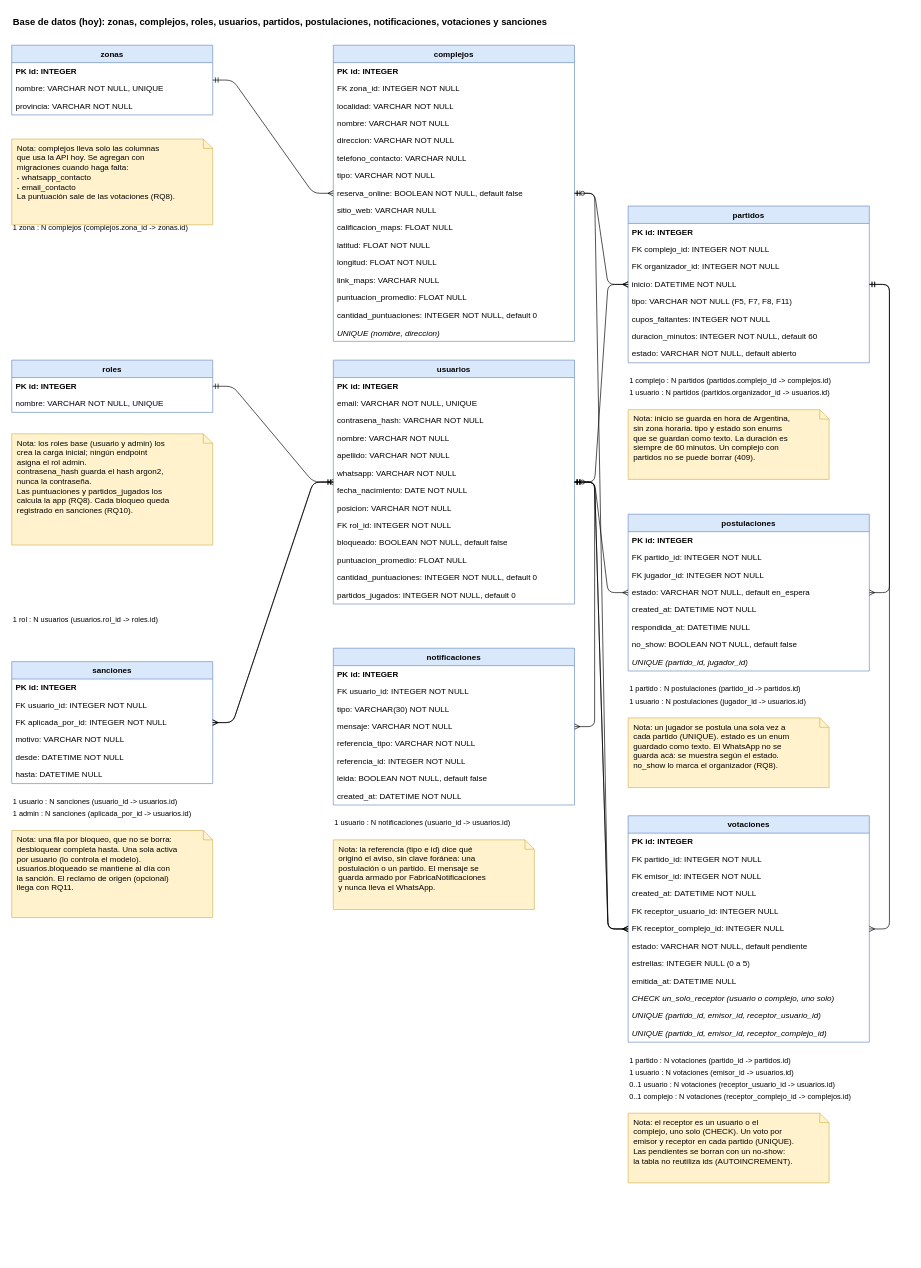
Before: docs/diagramas/base-de-datos.drawio in nvranco/fulvo, a draw.io diagram. Source tidied: cells renumbered, new cells numbered last; positions are measured from the earlier drawing's top-left corner, leaving out a move shared by most shapes. Both pictures are drawn from the tidied source at 67%, with x=0, y=0 at pixel (11, 11).
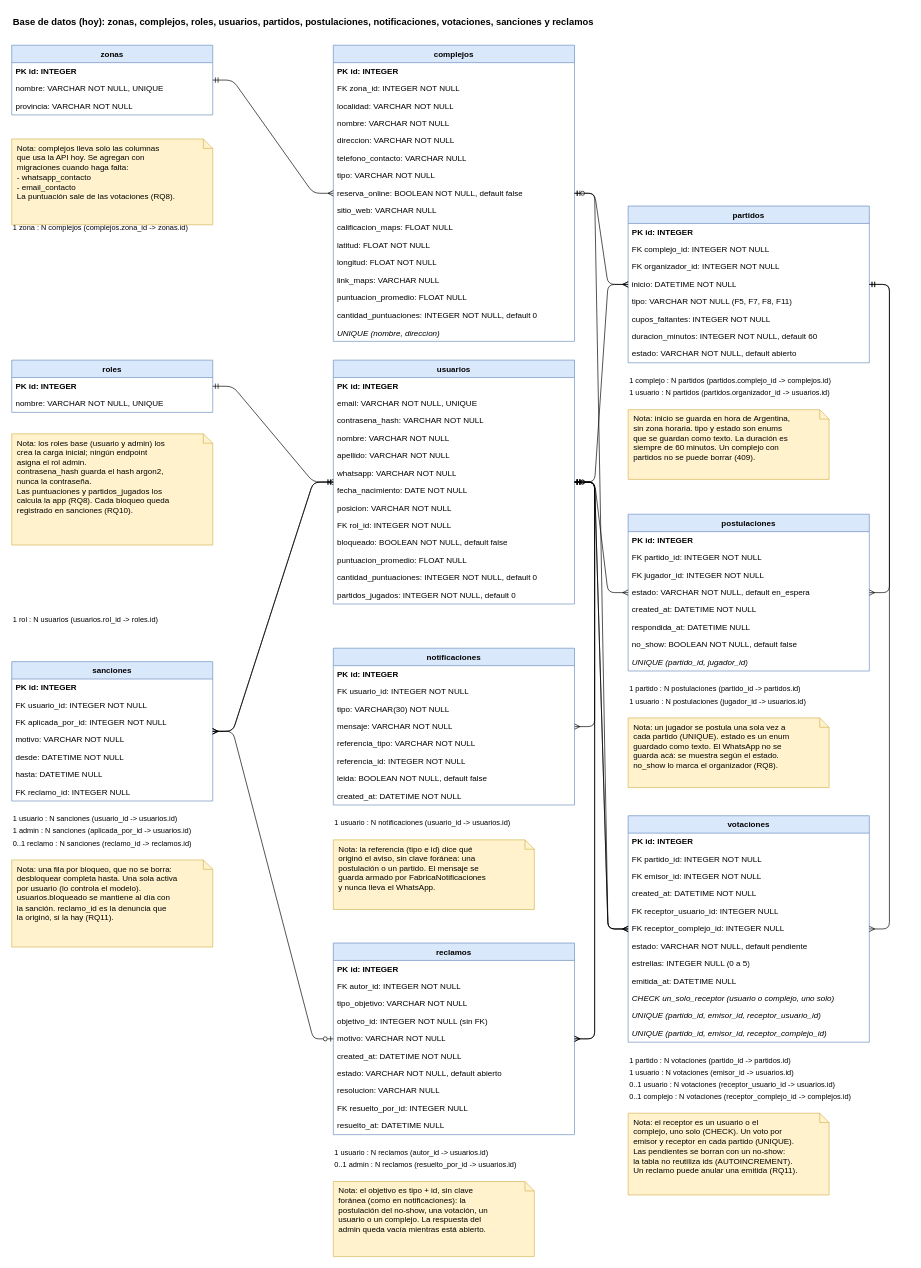
The same page after the edit.

Commit message (it also covers changes not shown here):
docs: documento los reclamos y las anulaciones

Unchanged cells that the change refers to:
```xml
<mxCell id="30" value="usuarios" style="swimlane;fontStyle=1;align=center;verticalAlign=top;horizontal=1;startSize=26;fillColor=#dae8fc;strokeColor=#6c8ebf;" parent="1" vertex="1">
  <mxGeometry x="480" y="520" width="360" height="364" as="geometry" />
</mxCell>
```

Diff of the diagram source:
```diff
@@
-    <mxCell id="24" value="Base de datos (hoy): zonas, complejos, roles, usuarios, partidos, postulaciones, notificaciones, votaciones y sanciones" style="text;html=1;align=left;fontStyle=1;fontSize=14;" parent="1" vertex="1">
-      <mxGeometry width="860" height="24" as="geometry" />
+    <mxCell id="24" value="Base de datos (hoy): zonas, complejos, roles, usuarios, partidos, postulaciones, notificaciones, votaciones, sanciones y reclamos" style="text;html=1;align=left;fontStyle=1;fontSize=14;" parent="1" vertex="1">
+      <mxGeometry width="960" height="24" as="geometry" />
     </mxCell>
@@
-    <mxCell id="108" value="Nota: el receptor es un usuario o el&#10;complejo, uno solo (CHECK). Un voto por&#10;emisor y receptor en cada partido (UNIQUE).&#10;Las pendientes se borran con un no-show:&#10;la tabla no reutiliza ids (AUTOINCREMENT)." style="shape=note;whiteSpace=wrap;html=1;align=left;verticalAlign=top;spacingLeft=6;fillColor=#fff2cc;strokeColor=#d6b656;size=14;" parent="1" vertex="1">
-      <mxGeometry x="920" y="1644" width="300" height="104" as="geometry" />
+    <mxCell id="108" value="Nota: el receptor es un usuario o el&#10;complejo, uno solo (CHECK). Un voto por&#10;emisor y receptor en cada partido (UNIQUE).&#10;Las pendientes se borran con un no-show:&#10;la tabla no reutiliza ids (AUTOINCREMENT).&#10;Un reclamo puede anular una emitida (RQ11)." style="shape=note;whiteSpace=wrap;html=1;align=left;verticalAlign=top;spacingLeft=6;fillColor=#fff2cc;strokeColor=#d6b656;size=14;" parent="1" vertex="1">
+      <mxGeometry x="920" y="1644" width="300" height="122" as="geometry" />
     </mxCell>
     <mxCell id="109" value="sanciones" style="swimlane;fontStyle=1;align=center;verticalAlign=top;horizontal=1;startSize=26;fillColor=#dae8fc;strokeColor=#6c8ebf;" parent="1" vertex="1">
-      <mxGeometry y="970" width="300" height="182" as="geometry" />
+      <mxGeometry y="970" width="300" height="208" as="geometry" />
     </mxCell>
@@
+    <mxCell id="121" value="FK  reclamo_id: INTEGER  NULL" style="text;strokeColor=none;fillColor=none;align=left;verticalAlign=middle;spacingLeft=4;spacingRight=4;overflow=hidden;whiteSpace=wrap;" parent="109" vertex="1">
+      <mxGeometry y="182" width="300" height="26" as="geometry" />
+    </mxCell>
@@
     <mxCell id="118" value="1 usuario : N sanciones (usuario_id -&gt; usuarios.id)" style="text;html=1;align=left;fontSize=11;" parent="1" vertex="1">
-      <mxGeometry y="1166" width="420" height="20" as="geometry" />
+      <mxGeometry y="1192" width="420" height="20" as="geometry" />
     </mxCell>
     <mxCell id="119" value="1 admin : N sanciones (aplicada_por_id -&gt; usuarios.id)" style="text;html=1;align=left;fontSize=11;" parent="1" vertex="1">
-      <mxGeometry y="1184" width="420" height="20" as="geometry" />
+      <mxGeometry y="1210" width="420" height="20" as="geometry" />
     </mxCell>
-    <mxCell id="120" value="Nota: una fila por bloqueo, que no se borra:&#10;desbloquear completa hasta. Una sola activa&#10;por usuario (lo controla el modelo).&#10;usuarios.bloqueado se mantiene al día con&#10;la sanción. El reclamo de origen (opcional)&#10;llega con RQ11." style="shape=note;whiteSpace=wrap;html=1;align=left;verticalAlign=top;spacingLeft=6;fillColor=#fff2cc;strokeColor=#d6b656;size=14;" parent="1" vertex="1">
-      <mxGeometry y="1222" width="300" height="130" as="geometry" />
+    <mxCell id="120" value="Nota: una fila por bloqueo, que no se borra:&#10;desbloquear completa hasta. Una sola activa&#10;por usuario (lo controla el modelo).&#10;usuarios.bloqueado se mantiene al día con&#10;la sanción. reclamo_id es la denuncia que&#10;la originó, si la hay (RQ11)." style="shape=note;whiteSpace=wrap;html=1;align=left;verticalAlign=top;spacingLeft=6;fillColor=#fff2cc;strokeColor=#d6b656;size=14;" parent="1" vertex="1">
+      <mxGeometry y="1266" width="300" height="130" as="geometry" />
     </mxCell>
+    <mxCell id="122" value="reclamos" style="swimlane;fontStyle=1;align=center;verticalAlign=top;horizontal=1;startSize=26;fillColor=#dae8fc;strokeColor=#6c8ebf;" parent="1" vertex="1">
+      <mxGeometry x="480" y="1390" width="360" height="286" as="geometry" />
+    </mxCell>
+    <mxCell id="123" value="PK  id: INTEGER" style="text;strokeColor=none;fillColor=none;align=left;verticalAlign=middle;spacingLeft=4;spacingRight=4;overflow=hidden;whiteSpace=wrap;fontStyle=1;" parent="122" vertex="1">
+      <mxGeometry y="26" width="360" height="26" as="geometry" />
+    </mxCell>
+    <mxCell id="124" value="FK  autor_id: INTEGER  NOT NULL" style="text;strokeColor=none;fillColor=none;align=left;verticalAlign=middle;spacingLeft=4;spacingRight=4;overflow=hidden;whiteSpace=wrap;" parent="122" vertex="1">
+      <mxGeometry y="52" width="360" height="26" as="geometry" />
+    </mxCell>
+    <mxCell id="125" value="tipo_objetivo: VARCHAR  NOT NULL" style="text;strokeColor=none;fillColor=none;align=left;verticalAlign=middle;spacingLeft=4;spacingRight=4;overflow=hidden;whiteSpace=wrap;" parent="122" vertex="1">
+      <mxGeometry y="78" width="360" height="26" as="geometry" />
+    </mxCell>
+    <mxCell id="126" value="objetivo_id: INTEGER  NOT NULL (sin FK)" style="text;strokeColor=none;fillColor=none;align=left;verticalAlign=middle;spacingLeft=4;spacingRight=4;overflow=hidden;whiteSpace=wrap;" parent="122" vertex="1">
+      <mxGeometry y="104" width="360" height="26" as="geometry" />
+    </mxCell>
+    <mxCell id="127" value="motivo: VARCHAR  NOT NULL" style="text;strokeColor=none;fillColor=none;align=left;verticalAlign=middle;spacingLeft=4;spacingRight=4;overflow=hidden;whiteSpace=wrap;" parent="122" vertex="1">
+      <mxGeometry y="130" width="360" height="26" as="geometry" />
+    </mxCell>
+    <mxCell id="128" value="created_at: DATETIME  NOT NULL" style="text;strokeColor=none;fillColor=none;align=left;verticalAlign=middle;spacingLeft=4;spacingRight=4;overflow=hidden;whiteSpace=wrap;" parent="122" vertex="1">
+      <mxGeometry y="156" width="360" height="26" as="geometry" />
+    </mxCell>
+    <mxCell id="129" value="estado: VARCHAR  NOT NULL, default abierto" style="text;strokeColor=none;fillColor=none;align=left;verticalAlign=middle;spacingLeft=4;spacingRight=4;overflow=hidden;whiteSpace=wrap;" parent="122" vertex="1">
+      <mxGeometry y="182" width="360" height="26" as="geometry" />
+    </mxCell>
+    <mxCell id="130" value="resolucion: VARCHAR  NULL" style="text;strokeColor=none;fillColor=none;align=left;verticalAlign=middle;spacingLeft=4;spacingRight=4;overflow=hidden;whiteSpace=wrap;" parent="122" vertex="1">
+      <mxGeometry y="208" width="360" height="26" as="geometry" />
+    </mxCell>
+    <mxCell id="131" value="FK  resuelto_por_id: INTEGER  NULL" style="text;strokeColor=none;fillColor=none;align=left;verticalAlign=middle;spacingLeft=4;spacingRight=4;overflow=hidden;whiteSpace=wrap;" parent="122" vertex="1">
+      <mxGeometry y="234" width="360" height="26" as="geometry" />
+    </mxCell>
+    <mxCell id="132" value="resuelto_at: DATETIME  NULL" style="text;strokeColor=none;fillColor=none;align=left;verticalAlign=middle;spacingLeft=4;spacingRight=4;overflow=hidden;whiteSpace=wrap;" parent="122" vertex="1">
+      <mxGeometry y="260" width="360" height="26" as="geometry" />
+    </mxCell>
+    <mxCell id="133" style="edgeStyle=entityRelationEdgeStyle;endArrow=ERmany;startArrow=ERmandOne;endFill=0;startFill=0;" parent="1" edge="1" source="30" target="122">
+      <mxGeometry relative="1" as="geometry" />
+    </mxCell>
+    <mxCell id="134" style="edgeStyle=entityRelationEdgeStyle;endArrow=ERmany;startArrow=ERzeroToOne;endFill=0;startFill=0;" parent="1" edge="1" source="30" target="122">
+      <mxGeometry relative="1" as="geometry" />
+    </mxCell>
+    <mxCell id="135" style="edgeStyle=entityRelationEdgeStyle;endArrow=ERmany;startArrow=ERzeroToOne;endFill=0;startFill=0;" parent="1" edge="1" source="122" target="109">
+      <mxGeometry relative="1" as="geometry" />
+    </mxCell>
+    <mxCell id="136" value="1 usuario : N reclamos (autor_id -&gt; usuarios.id)" style="text;html=1;align=left;fontSize=11;" parent="1" vertex="1">
+      <mxGeometry x="480" y="1690" width="420" height="20" as="geometry" />
+    </mxCell>
+    <mxCell id="137" value="0..1 admin : N reclamos (resuelto_por_id -&gt; usuarios.id)" style="text;html=1;align=left;fontSize=11;" parent="1" vertex="1">
+      <mxGeometry x="480" y="1708" width="420" height="20" as="geometry" />
+    </mxCell>
+    <mxCell id="138" value="0..1 reclamo : N sanciones (reclamo_id -&gt; reclamos.id)" style="text;html=1;align=left;fontSize=11;" parent="1" vertex="1">
+      <mxGeometry y="1228" width="420" height="20" as="geometry" />
+    </mxCell>
+    <mxCell id="139" value="Nota: el objetivo es tipo + id, sin clave&#10;foránea (como en notificaciones): la&#10;postulación del no-show, una votación, un&#10;usuario o un complejo. La respuesta del&#10;admin queda vacía mientras está abierto." style="shape=note;whiteSpace=wrap;html=1;align=left;verticalAlign=top;spacingLeft=6;fillColor=#fff2cc;strokeColor=#d6b656;size=14;" parent="1" vertex="1">
+      <mxGeometry x="480" y="1746" width="300" height="112" as="geometry" />
+    </mxCell>
```
